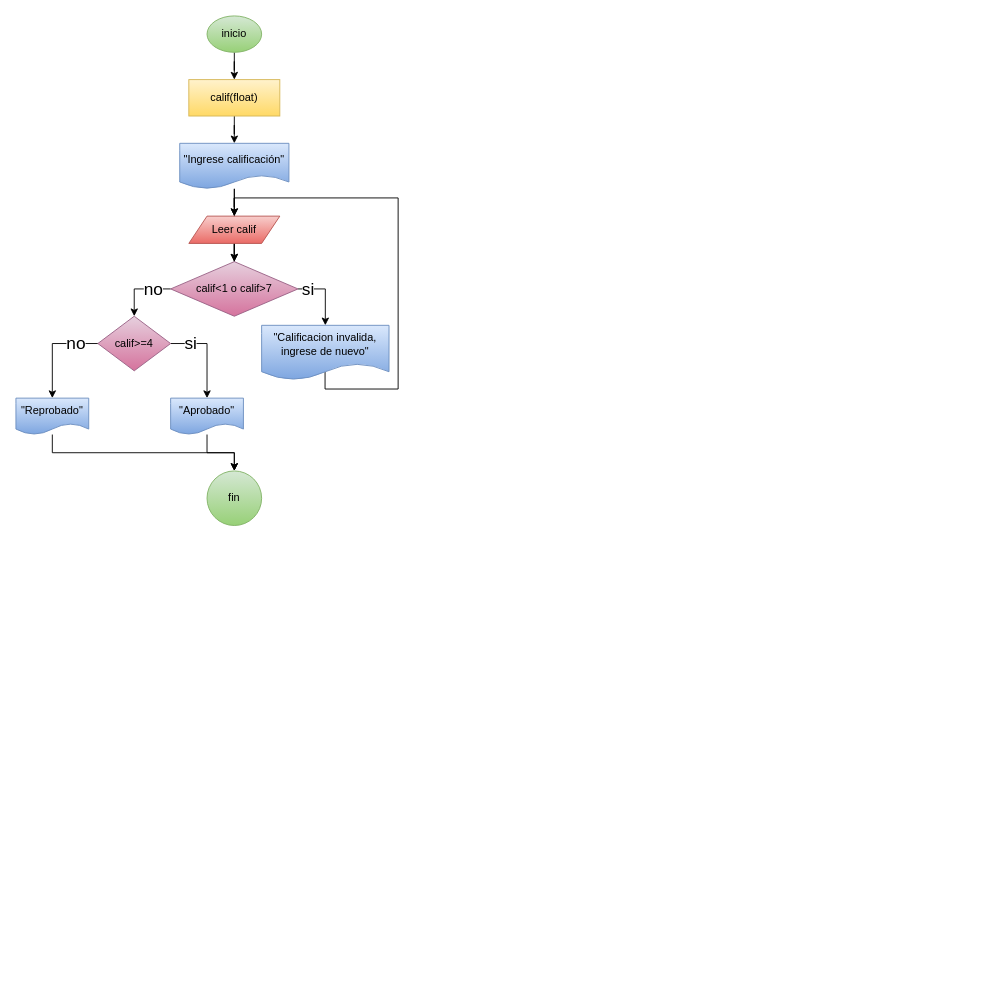
This is 7. ESTRUCTURAS/ejercicio moodle pseudcodigo.drawio from zeth789/Pensamiento_computacional, a draw.io file, before an edit. Source tidied: cells renumbered, new cells numbered last; positions are measured from the earlier drawing's top-left corner, leaving out a move shared by most shapes. Both pictures are drawn from the tidied source at 91%, with x=0, y=0 at pixel (15, 15).
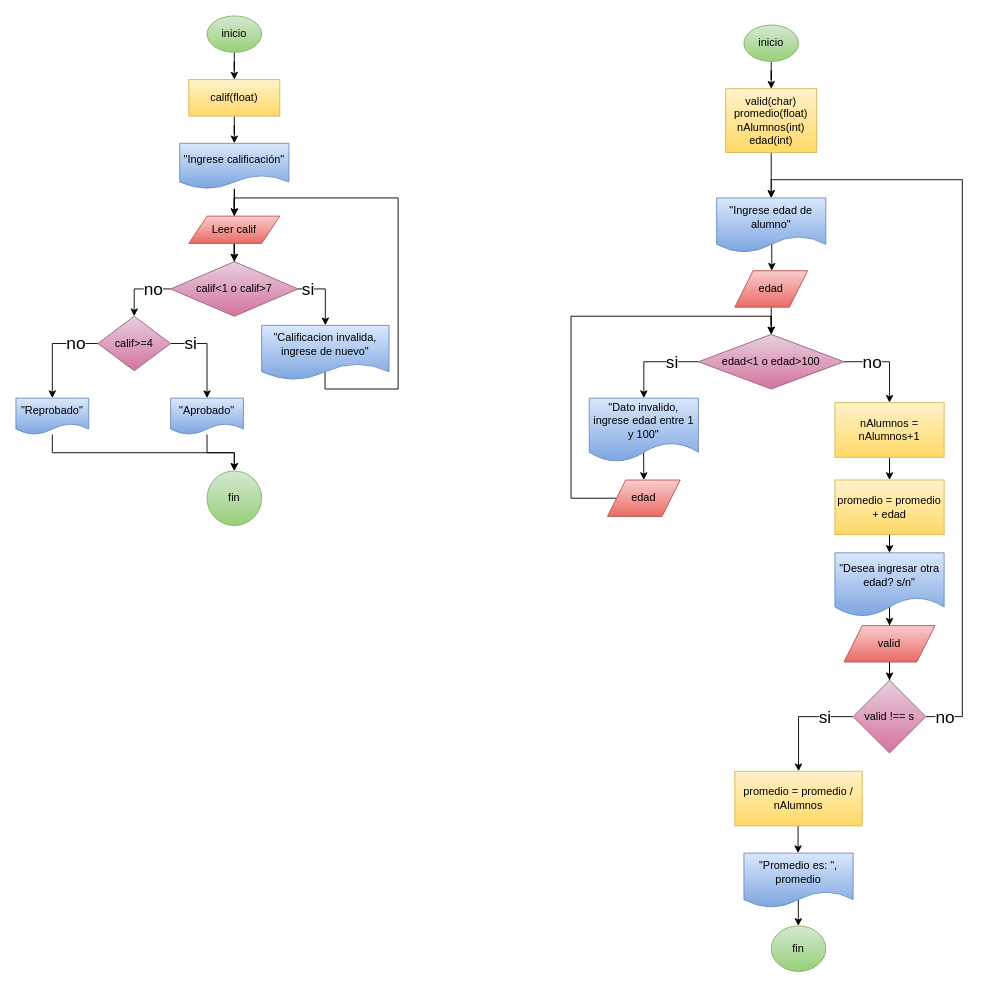
The same page after the edit.

Change to the diagram source:
```diff
@@
+    <mxCell id="28" style="edgeStyle=orthogonalEdgeStyle;rounded=0;jettySize=auto;html=1;" parent="1" edge="1" source="29" target="31">
+      <mxGeometry relative="1" as="geometry" />
+    </mxCell>
+    <mxCell id="29" value="inicio" style="ellipse;whiteSpace=wrap;html=1;fillColor=#d5e8d4;gradientColor=#97d077;strokeColor=#82b366;" parent="1" vertex="1">
+      <mxGeometry x="800" y="10" width="60" height="40" as="geometry" />
+    </mxCell>
+    <mxCell id="30" style="edgeStyle=orthogonalEdgeStyle;rounded=0;jettySize=auto;html=1;entryX=0.5;entryY=0;entryDx=0;entryDy=0;" parent="1" edge="1" source="31" target="62">
+      <mxGeometry relative="1" as="geometry" />
+    </mxCell>
+    <mxCell id="31" value="valid(char)&lt;br&gt;promedio(float)&lt;br&gt;nAlumnos(int)&lt;br&gt;edad(int)" style="whiteSpace=wrap;html=1;fillColor=#fff2cc;gradientColor=#ffd966;strokeColor=#d6b656;" parent="1" vertex="1">
+      <mxGeometry x="780" y="80" width="100" height="70" as="geometry" />
+    </mxCell>
+    <mxCell id="32" style="edgeStyle=orthogonalEdgeStyle;rounded=0;jettySize=auto;html=1;exitX=0.505;exitY=0.843;exitDx=0;exitDy=0;exitPerimeter=0;" parent="1" edge="1" source="62" target="34">
+      <mxGeometry relative="1" as="geometry" />
+    </mxCell>
+    <mxCell id="33" style="edgeStyle=orthogonalEdgeStyle;rounded=0;jettySize=auto;html=1;" parent="1" edge="1" source="34" target="39">
+      <mxGeometry relative="1" as="geometry" />
+    </mxCell>
+    <mxCell id="34" value="edad" style="shape=parallelogram;perimeter=parallelogramPerimeter;whiteSpace=wrap;html=1;fixedSize=1;fillColor=#f8cecc;gradientColor=#ea6b66;strokeColor=#b85450;" parent="1" vertex="1">
+      <mxGeometry x="790" y="280" width="80" height="40" as="geometry" />
+    </mxCell>
+    <mxCell id="35" style="edgeStyle=orthogonalEdgeStyle;rounded=0;jettySize=auto;html=1;" parent="1" edge="1" source="39" target="41">
+      <mxGeometry relative="1" as="geometry">
+        <Array as="points">
+          <mxPoint x="690" y="380" />
+        </Array>
+      </mxGeometry>
+    </mxCell>
+    <mxCell id="36" value="si" style="edgeLabel;html=1;align=center;verticalAlign=middle;fontSize=19;" parent="35" vertex="1">
+      <mxGeometry x="-0.1" y="-3" relative="1" as="geometry">
+        <mxPoint x="15" y="3" as="offset" />
+      </mxGeometry>
+    </mxCell>
+    <mxCell id="37" style="edgeStyle=orthogonalEdgeStyle;rounded=0;jettySize=auto;html=1;" parent="1" edge="1" source="39" target="45">
+      <mxGeometry relative="1" as="geometry">
+        <Array as="points">
+          <mxPoint x="960" y="380" />
+        </Array>
+      </mxGeometry>
+    </mxCell>
+    <mxCell id="38" value="no" style="edgeLabel;html=1;align=center;verticalAlign=middle;fontSize=19;" parent="37" vertex="1">
+      <mxGeometry x="-0.14" y="-1" relative="1" as="geometry">
+        <mxPoint x="-11" y="-1" as="offset" />
+      </mxGeometry>
+    </mxCell>
+    <mxCell id="39" value="edad&amp;lt;1 o edad&amp;gt;100" style="rhombus;whiteSpace=wrap;html=1;fillColor=#e6d0de;gradientColor=#d5739d;strokeColor=#996185;" parent="1" vertex="1">
+      <mxGeometry x="750" y="350" width="160" height="60" as="geometry" />
+    </mxCell>
+    <mxCell id="40" style="edgeStyle=orthogonalEdgeStyle;rounded=0;jettySize=auto;html=1;exitX=0.498;exitY=0.851;exitDx=0;exitDy=0;exitPerimeter=0;entryX=0.5;entryY=0;entryDx=0;entryDy=0;" parent="1" edge="1" source="41" target="43">
+      <mxGeometry relative="1" as="geometry" />
+    </mxCell>
+    <mxCell id="41" value="&quot;Dato invalido, ingrese edad entre 1 y 100&quot;" style="shape=document;whiteSpace=wrap;html=1;boundedLbl=1;fillColor=#dae8fc;gradientColor=#7ea6e0;strokeColor=#6c8ebf;" parent="1" vertex="1">
+      <mxGeometry x="630" y="420" width="120" height="70" as="geometry" />
+    </mxCell>
+    <mxCell id="42" style="edgeStyle=orthogonalEdgeStyle;rounded=0;jettySize=auto;html=1;entryX=0.5;entryY=0;entryDx=0;entryDy=0;" parent="1" edge="1" source="43" target="39">
+      <mxGeometry relative="1" as="geometry">
+        <Array as="points">
+          <mxPoint x="610" y="530" />
+          <mxPoint x="610" y="330" />
+          <mxPoint x="830" y="330" />
+        </Array>
+      </mxGeometry>
+    </mxCell>
+    <mxCell id="43" value="edad" style="shape=parallelogram;perimeter=parallelogramPerimeter;whiteSpace=wrap;html=1;fixedSize=1;fillColor=#f8cecc;gradientColor=#ea6b66;strokeColor=#b85450;" parent="1" vertex="1">
+      <mxGeometry x="650" y="510" width="80" height="40" as="geometry" />
+    </mxCell>
+    <mxCell id="44" style="edgeStyle=orthogonalEdgeStyle;rounded=0;jettySize=auto;html=1;" parent="1" edge="1" source="45" target="47">
+      <mxGeometry relative="1" as="geometry" />
+    </mxCell>
+    <mxCell id="45" value="nAlumnos = nAlumnos+1" style="whiteSpace=wrap;html=1;fillColor=#fff2cc;gradientColor=#ffd966;strokeColor=#d6b656;" parent="1" vertex="1">
+      <mxGeometry x="900" y="425" width="120" height="60" as="geometry" />
+    </mxCell>
+    <mxCell id="46" style="edgeStyle=orthogonalEdgeStyle;rounded=0;jettySize=auto;html=1;" parent="1" edge="1" source="47" target="49">
+      <mxGeometry relative="1" as="geometry" />
+    </mxCell>
+    <mxCell id="47" value="promedio = promedio + edad" style="whiteSpace=wrap;html=1;fillColor=#fff2cc;gradientColor=#ffd966;strokeColor=#d6b656;" parent="1" vertex="1">
+      <mxGeometry x="900" y="510" width="120" height="60" as="geometry" />
+    </mxCell>
+    <mxCell id="48" style="edgeStyle=orthogonalEdgeStyle;rounded=0;jettySize=auto;html=1;" parent="1" edge="1" source="49" target="51">
+      <mxGeometry relative="1" as="geometry" />
+    </mxCell>
+    <mxCell id="49" value="&quot;Desea ingresar otra edad? s/n&quot;" style="shape=document;whiteSpace=wrap;html=1;boundedLbl=1;fillColor=#dae8fc;gradientColor=#7ea6e0;strokeColor=#6c8ebf;" parent="1" vertex="1">
+      <mxGeometry x="900" y="590" width="120" height="70" as="geometry" />
+    </mxCell>
+    <mxCell id="50" style="edgeStyle=orthogonalEdgeStyle;rounded=0;jettySize=auto;html=1;" parent="1" edge="1" source="51" target="56">
+      <mxGeometry relative="1" as="geometry" />
+    </mxCell>
+    <mxCell id="51" value="valid" style="shape=parallelogram;perimeter=parallelogramPerimeter;whiteSpace=wrap;html=1;fixedSize=1;fillColor=#f8cecc;gradientColor=#ea6b66;strokeColor=#b85450;" parent="1" vertex="1">
+      <mxGeometry x="910" y="670" width="100" height="40" as="geometry" />
+    </mxCell>
+    <mxCell id="52" style="edgeStyle=orthogonalEdgeStyle;rounded=0;jettySize=auto;html=1;entryX=0.5;entryY=0;entryDx=0;entryDy=0;" parent="1" edge="1" source="56" target="58">
+      <mxGeometry relative="1" as="geometry">
+        <Array as="points">
+          <mxPoint x="860" y="770" />
+        </Array>
+      </mxGeometry>
+    </mxCell>
+    <mxCell id="53" value="si" style="edgeLabel;html=1;align=center;verticalAlign=middle;fontSize=19;" parent="52" vertex="1">
+      <mxGeometry x="-0.23" y="-1" relative="1" as="geometry">
+        <mxPoint x="14" y="1" as="offset" />
+      </mxGeometry>
+    </mxCell>
+    <mxCell id="54" style="edgeStyle=orthogonalEdgeStyle;rounded=0;jettySize=auto;html=1;entryX=0.5;entryY=0;entryDx=0;entryDy=0;fontSize=19;" parent="1" edge="1" source="56" target="62">
+      <mxGeometry relative="1" as="geometry">
+        <Array as="points">
+          <mxPoint x="1040" y="770" />
+          <mxPoint x="1040" y="180" />
+          <mxPoint x="830" y="180" />
+        </Array>
+      </mxGeometry>
+    </mxCell>
+    <mxCell id="55" value="no" style="edgeLabel;html=1;align=center;verticalAlign=middle;fontSize=19;" parent="54" vertex="1">
+      <mxGeometry x="-0.92" y="-1" relative="1" as="geometry">
+        <mxPoint x="-14" y="-1" as="offset" />
+      </mxGeometry>
+    </mxCell>
+    <mxCell id="56" value="valid !== s" style="rhombus;whiteSpace=wrap;html=1;fillColor=#e6d0de;gradientColor=#d5739d;strokeColor=#996185;" parent="1" vertex="1">
+      <mxGeometry x="920" y="730" width="80" height="80" as="geometry" />
+    </mxCell>
+    <mxCell id="57" style="edgeStyle=orthogonalEdgeStyle;rounded=0;orthogonalLoop=1;jettySize=auto;html=1;" parent="1" edge="1">
+      <mxGeometry relative="1" as="geometry">
+        <mxPoint x="859.5" y="890" as="sourcePoint" />
+        <mxPoint x="859.5" y="920" as="targetPoint" />
+      </mxGeometry>
+    </mxCell>
+    <mxCell id="58" value="promedio = promedio / nAlumnos" style="whiteSpace=wrap;html=1;fillColor=#fff2cc;gradientColor=#ffd966;strokeColor=#d6b656;" parent="1" vertex="1">
+      <mxGeometry x="790" y="830" width="140" height="60" as="geometry" />
+    </mxCell>
+    <mxCell id="59" style="edgeStyle=orthogonalEdgeStyle;rounded=0;jettySize=auto;html=1;exitX=0.498;exitY=0.85;exitDx=0;exitDy=0;exitPerimeter=0;" parent="1" edge="1" source="60" target="61">
+      <mxGeometry relative="1" as="geometry" />
+    </mxCell>
+    <mxCell id="60" value="&quot;Promedio es: &quot;, promedio" style="shape=document;whiteSpace=wrap;html=1;boundedLbl=1;fillColor=#dae8fc;gradientColor=#7ea6e0;strokeColor=#6c8ebf;" parent="1" vertex="1">
+      <mxGeometry x="800" y="920" width="120" height="60" as="geometry" />
+    </mxCell>
+    <mxCell id="61" value="fin" style="ellipse;whiteSpace=wrap;html=1;fillColor=#d5e8d4;gradientColor=#97d077;strokeColor=#82b366;" parent="1" vertex="1">
+      <mxGeometry x="830" y="1000" width="60" height="50" as="geometry" />
+    </mxCell>
+    <mxCell id="62" value="&quot;Ingrese edad de alumno&quot;" style="shape=document;whiteSpace=wrap;html=1;boundedLbl=1;fillColor=#dae8fc;strokeColor=#6c8ebf;gradientColor=#7ea6e0;" parent="1" vertex="1">
+      <mxGeometry x="770" y="200" width="120" height="60" as="geometry" />
+    </mxCell>
```
